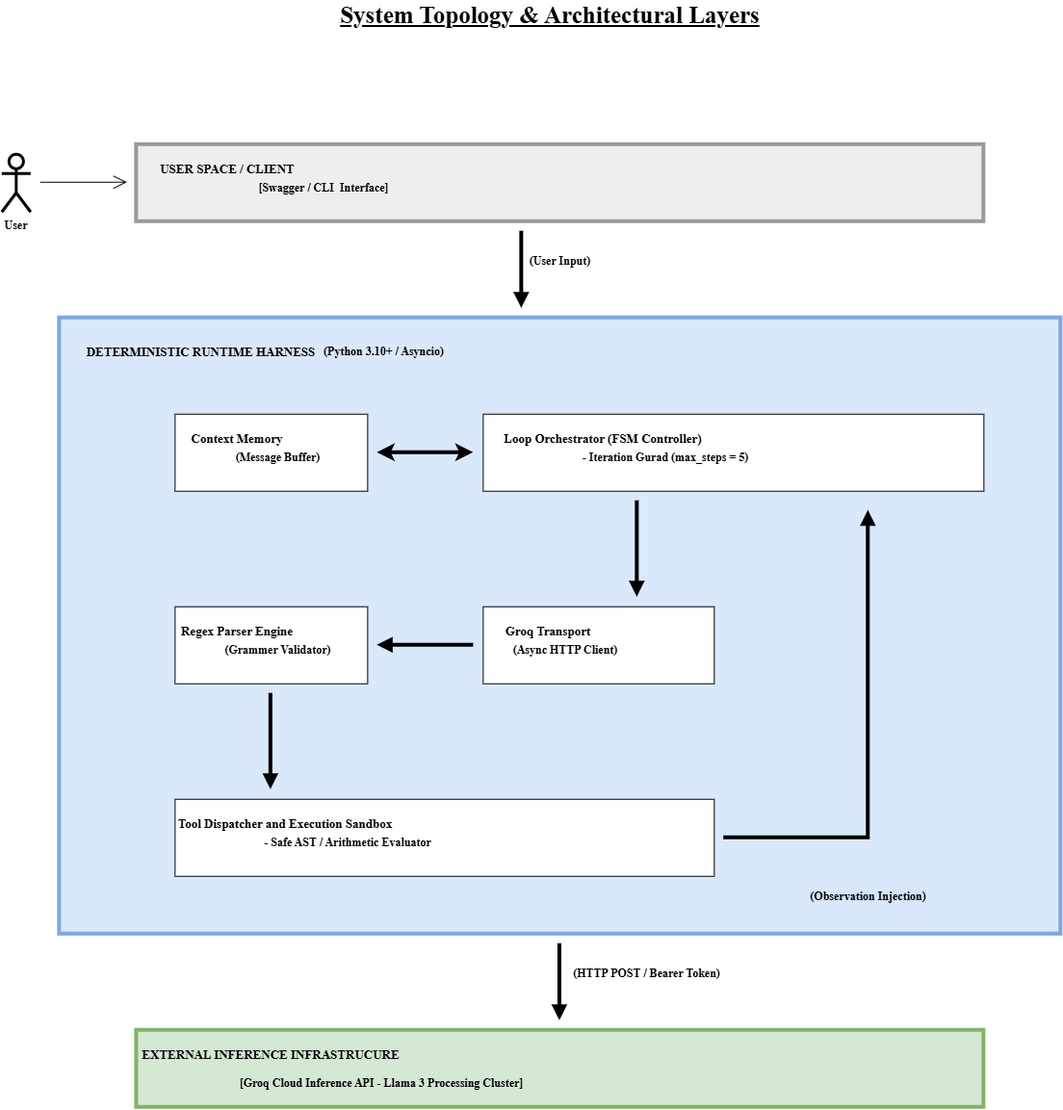
The draw.io diagram projects/P01 - Raw Python ReAct Loop/architecture/System Topology & Architectural Layers.png in RansiluRanasinghe/agentic-ai-engineering, before a commit. Source tidied: cells renumbered, new cells last; positions are measured from the earlier drawing's top-left corner, leaving out a move shared by most shapes.
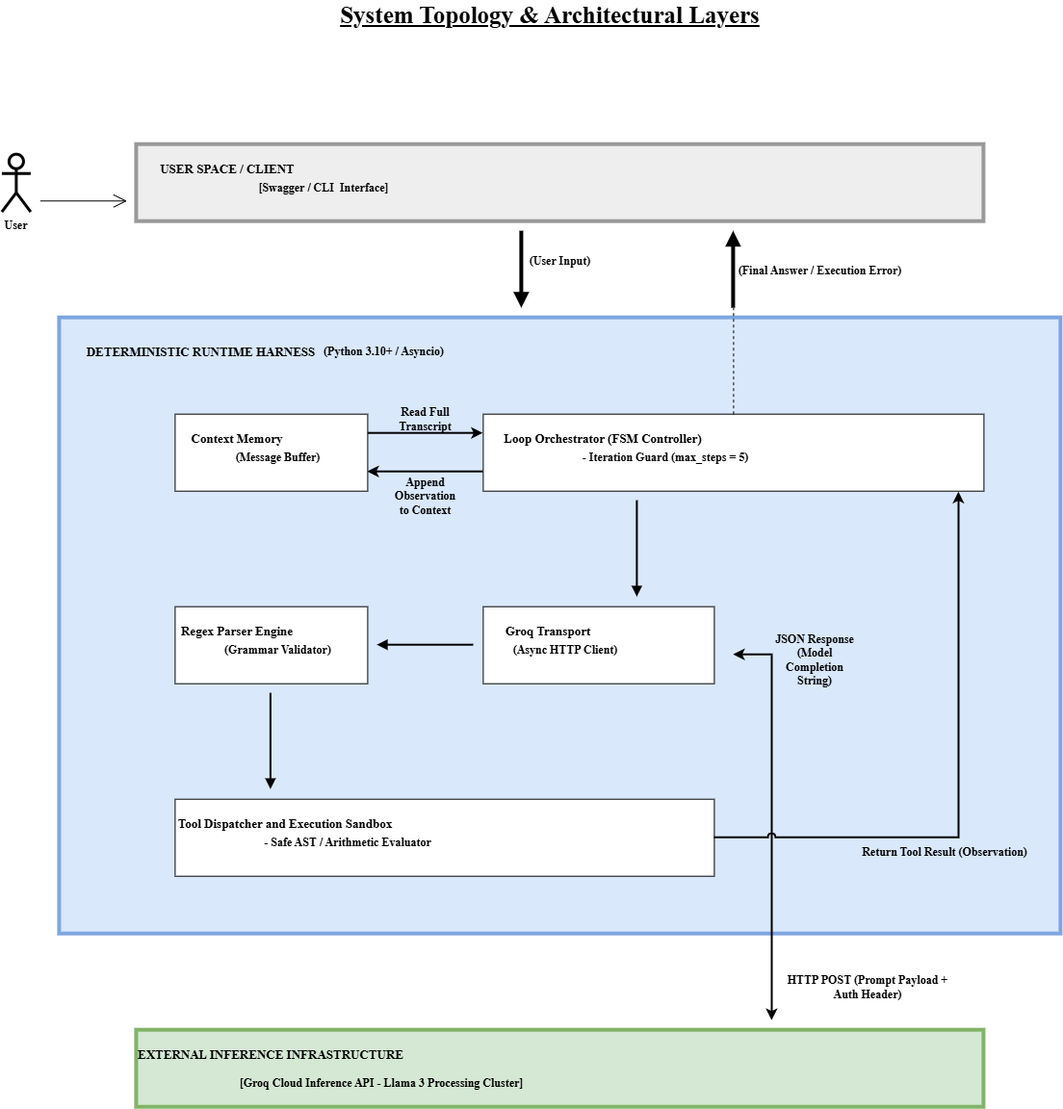
After the commit.

Commit message:
docs(p01): updated system topology and FSM architecture diagrams

Diff of the diagram source:
```diff
@@ -28,19 +28,25 @@
     </mxCell>
     <mxCell id="9" style="endArrow=open;endFill=1;endSize=12;html=1;rounded=0;" parent="1" edge="1">
       <mxGeometry relative="1" as="geometry">
-        <mxPoint x="40" y="189" as="sourcePoint" />
-        <mxPoint x="130" y="189" as="targetPoint" />
+        <mxPoint x="40" y="208.6" as="sourcePoint" />
+        <mxPoint x="130" y="208.6" as="targetPoint" />
       </mxGeometry>
     </mxCell>
+    <mxCell id="36" style="edgeStyle=orthogonalEdgeStyle;rounded=0;jettySize=auto;html=1;exitX=0;exitY=0.75;exitDx=0;exitDy=0;entryX=1;entryY=0.75;entryDx=0;entryDy=0;strokeWidth=2;" parent="1" edge="1" source="10" target="13">
+      <mxGeometry relative="1" as="geometry" />
+    </mxCell>
     <mxCell id="10" style="rounded=0;whiteSpace=wrap;html=1;" parent="1" vertex="1">
       <mxGeometry x="500" y="430" width="520" height="80" as="geometry" />
     </mxCell>
     <mxCell id="11" value="Loop Orchestrator (FSM Controller)" style="text;html=1;whiteSpace=wrap;strokeColor=none;fillColor=none;align=center;verticalAlign=middle;rounded=0;fontStyle=1;fontFamily=Times New Roman;fontSize=13;" parent="1" vertex="1">
       <mxGeometry x="510" y="440" width="230" height="30" as="geometry" />
     </mxCell>
-    <mxCell id="12" value="- Iteration Gurad (max_steps = 5)" style="text;html=1;whiteSpace=wrap;strokeColor=none;fillColor=none;align=center;verticalAlign=middle;rounded=0;fontStyle=1;fontFamily=Times New Roman;" parent="1" vertex="1">
+    <mxCell id="12" value="- Iteration Guard (max_steps = 5)" style="text;html=1;whiteSpace=wrap;strokeColor=none;fillColor=none;align=center;verticalAlign=middle;rounded=0;fontStyle=1;fontFamily=Times New Roman;" parent="1" vertex="1">
       <mxGeometry x="600" y="460" width="180" height="30" as="geometry" />
     </mxCell>
+    <mxCell id="37" style="edgeStyle=orthogonalEdgeStyle;rounded=0;jettySize=auto;html=1;exitX=1;exitY=0.25;exitDx=0;exitDy=0;entryX=0;entryY=0.25;entryDx=0;entryDy=0;strokeWidth=2;" parent="1" edge="1" source="13" target="10">
+      <mxGeometry relative="1" as="geometry" />
+    </mxCell>
     <mxCell id="13" style="rounded=0;whiteSpace=wrap;html=1;" parent="1" vertex="1">
       <mxGeometry x="180" y="430" width="200" height="80" as="geometry" />
     </mxCell>
@@ -50,12 +56,6 @@
     <mxCell id="15" value="(Message Buffer)" style="text;html=1;whiteSpace=wrap;strokeColor=none;fillColor=none;align=center;verticalAlign=middle;rounded=0;fontStyle=1;fontFamily=Times New Roman;" parent="1" vertex="1">
       <mxGeometry x="230" y="460" width="115" height="30" as="geometry" />
     </mxCell>
-    <mxCell id="16" style="endArrow=classic;startArrow=classic;html=1;rounded=0;strokeWidth=4;" parent="1" edge="1">
-      <mxGeometry relative="1" as="geometry">
-        <mxPoint x="390" y="470" as="sourcePoint" />
-        <mxPoint x="490" y="470" as="targetPoint" />
-      </mxGeometry>
-    </mxCell>
     <mxCell id="17" style="rounded=0;whiteSpace=wrap;html=1;" parent="1" vertex="1">
       <mxGeometry x="500" y="630" width="240" height="80" as="geometry" />
     </mxCell>
@@ -71,16 +71,16 @@
     <mxCell id="21" value="Regex Parser Engine" style="text;html=1;whiteSpace=wrap;strokeColor=none;fillColor=none;align=center;verticalAlign=middle;rounded=0;fontStyle=1;fontFamily=Times New Roman;fontSize=13;" parent="1" vertex="1">
       <mxGeometry x="180" y="640" width="130" height="30" as="geometry" />
     </mxCell>
-    <mxCell id="22" value="(Grammer Validator)" style="text;html=1;whiteSpace=wrap;strokeColor=none;fillColor=none;align=center;verticalAlign=middle;rounded=0;fontStyle=1;fontFamily=Times New Roman;" parent="1" vertex="1">
+    <mxCell id="22" value="(Grammar Validator)" style="text;html=1;whiteSpace=wrap;strokeColor=none;fillColor=none;align=center;verticalAlign=middle;rounded=0;fontStyle=1;fontFamily=Times New Roman;" parent="1" vertex="1">
       <mxGeometry x="230" y="660" width="115" height="30" as="geometry" />
     </mxCell>
-    <mxCell id="23" style="html=1;verticalAlign=bottom;endArrow=block;curved=0;rounded=0;strokeWidth=4;" parent="1" edge="1">
+    <mxCell id="23" style="html=1;verticalAlign=bottom;endArrow=block;curved=0;rounded=0;strokeWidth=2;" parent="1" edge="1">
       <mxGeometry y="40" relative="1" as="geometry">
         <mxPoint x="490" y="670" as="sourcePoint" />
         <mxPoint x="390" y="670" as="targetPoint" />
       </mxGeometry>
     </mxCell>
-    <mxCell id="24" style="html=1;verticalAlign=bottom;endArrow=block;curved=0;rounded=0;strokeWidth=4;" parent="1" edge="1">
+    <mxCell id="24" style="html=1;verticalAlign=bottom;endArrow=block;curved=0;rounded=0;strokeWidth=2;" parent="1" edge="1">
       <mxGeometry y="40" relative="1" as="geometry">
         <mxPoint x="660" y="520" as="sourcePoint" />
         <mxPoint x="660" y="620" as="targetPoint" />
@@ -95,41 +95,64 @@
     <mxCell id="27" value="- Safe AST / Arithmetic Evaluator" style="text;html=1;whiteSpace=wrap;strokeColor=none;fillColor=none;align=center;verticalAlign=middle;rounded=0;fontStyle=1;fontFamily=Times New Roman;" parent="1" vertex="1">
       <mxGeometry x="270" y="860" width="180" height="30" as="geometry" />
     </mxCell>
-    <mxCell id="28" style="html=1;verticalAlign=bottom;endArrow=block;curved=0;rounded=0;strokeWidth=4;" parent="1" edge="1">
+    <mxCell id="28" style="html=1;verticalAlign=bottom;endArrow=block;curved=0;rounded=0;strokeWidth=2;" parent="1" edge="1">
       <mxGeometry y="40" relative="1" as="geometry">
         <mxPoint x="279.5" y="720" as="sourcePoint" />
         <mxPoint x="279.5" y="820" as="targetPoint" />
       </mxGeometry>
     </mxCell>
-    <mxCell id="29" value="&lt;font face=&quot;Times New Roman&quot; style=&quot;font-size: 12px;&quot;&gt;&lt;b style=&quot;background-color: light-dark(rgb(213, 230, 251), rgb(237, 237, 237));&quot;&gt;(Observation Injection)&lt;/b&gt;&lt;/font&gt;" style="html=1;verticalAlign=bottom;endArrow=block;curved=0;rounded=0;strokeWidth=4;" parent="1" edge="1">
-      <mxGeometry x="-0.39" y="-70" relative="1" as="geometry">
-        <mxPoint x="750" y="870" as="sourcePoint" />
-        <mxPoint x="900" y="530" as="targetPoint" />
-        <Array as="points">
-          <mxPoint x="900" y="870" />
-        </Array>
-      </mxGeometry>
-    </mxCell>
     <mxCell id="30" style="rounded=0;whiteSpace=wrap;html=1;fillColor=#d5e8d4;strokeColor=#82b366;strokeWidth=4;" parent="1" vertex="1">
       <mxGeometry x="140" y="1070" width="880" height="80" as="geometry" />
     </mxCell>
-    <mxCell id="31" value="EXTERNAL INFERENCE INFRASTRUCURE" style="text;html=1;whiteSpace=wrap;strokeColor=none;fillColor=none;align=center;verticalAlign=middle;rounded=0;fontStyle=1;fontFamily=Times New Roman;fontSize=13;" parent="1" vertex="1">
+    <mxCell id="31" value="EXTERNAL INFERENCE INFRASTRUCTURE" style="text;html=1;whiteSpace=wrap;strokeColor=none;fillColor=none;align=center;verticalAlign=middle;rounded=0;fontStyle=1;fontFamily=Times New Roman;fontSize=13;" parent="1" vertex="1">
       <mxGeometry x="140" y="1080" width="280" height="30" as="geometry" />
     </mxCell>
     <mxCell id="32" value="[Groq Cloud Inference API - Llama 3 Processing Cluster]" style="text;html=1;whiteSpace=wrap;strokeColor=none;fillColor=none;align=center;verticalAlign=middle;rounded=0;fontStyle=1;fontFamily=Times New Roman;" parent="1" vertex="1">
       <mxGeometry x="240" y="1110" width="310" height="30" as="geometry" />
     </mxCell>
-    <mxCell id="33" value="&lt;font face=&quot;Times New Roman&quot; style=&quot;font-size: 12px;&quot;&gt;&lt;b&gt;(HTTP POST / Bearer Token)&lt;/b&gt;&lt;/font&gt;" style="html=1;verticalAlign=bottom;endArrow=block;curved=0;rounded=0;strokeWidth=4;" parent="1" edge="1">
-      <mxGeometry y="90" relative="1" as="geometry">
-        <mxPoint x="579.6" y="980" as="sourcePoint" />
-        <mxPoint x="579.6" y="1060" as="targetPoint" />
-      </mxGeometry>
-    </mxCell>
     <mxCell id="34" value="DETERMINISTIC RUNTIME HARNESS" style="text;html=1;whiteSpace=wrap;strokeColor=none;fillColor=none;align=center;verticalAlign=middle;rounded=0;fontStyle=1;fontFamily=Times New Roman;fontSize=13;" parent="1" vertex="1">
       <mxGeometry x="80" y="350" width="255" height="30" as="geometry" />
     </mxCell>
     <mxCell id="35" value="(Python 3.10+ / Asyncio)" style="text;html=1;whiteSpace=wrap;strokeColor=none;fillColor=none;align=center;verticalAlign=middle;rounded=0;fontStyle=1;fontFamily=Times New Roman;" parent="1" vertex="1">
       <mxGeometry x="330" y="350" width="135" height="30" as="geometry" />
     </mxCell>
+    <mxCell id="38" value="&lt;font face=&quot;Times New Roman&quot; style=&quot;font-size: 12px;&quot;&gt;&lt;b&gt;(Final Answer / Execution Error)&lt;/b&gt;&lt;/font&gt;" style="html=1;verticalAlign=bottom;endArrow=block;curved=0;rounded=0;strokeWidth=4;" parent="1" edge="1">
+      <mxGeometry x="-0.25" y="-90" relative="1" as="geometry">
+        <mxPoint x="760" y="320" as="sourcePoint" />
+        <mxPoint x="760" y="240" as="targetPoint" />
+      </mxGeometry>
+    </mxCell>
+    <mxCell id="39" style="endArrow=none;dashed=1;html=1;rounded=0;exitX=0.5;exitY=0;exitDx=0;exitDy=0;" parent="1" edge="1" source="10">
+      <mxGeometry relative="1" as="geometry">
+        <mxPoint x="760" y="320" as="targetPoint" />
+      </mxGeometry>
+    </mxCell>
+    <mxCell id="40" style="endArrow=classic;startArrow=classic;html=1;rounded=0;strokeWidth=2;jumpStyle=arc;" parent="1" edge="1">
+      <mxGeometry relative="1" as="geometry">
+        <mxPoint x="760" y="680" as="sourcePoint" />
+        <mxPoint x="800" y="1060" as="targetPoint" />
+        <Array as="points">
+          <mxPoint x="800" y="680" />
+        </Array>
+      </mxGeometry>
+    </mxCell>
+    <mxCell id="41" value="HTTP POST (Prompt Payload + Auth Header)" style="text;html=1;whiteSpace=wrap;strokeColor=none;fillColor=none;align=center;verticalAlign=middle;rounded=0;fontStyle=1;fontFamily=Times New Roman;" parent="1" vertex="1">
+      <mxGeometry x="810" y="1010" width="180" height="30" as="geometry" />
+    </mxCell>
+    <mxCell id="42" value="JSON Response (Model Completion String)" style="text;html=1;whiteSpace=wrap;strokeColor=none;fillColor=none;align=center;verticalAlign=middle;rounded=0;fontStyle=1;fontFamily=Times New Roman;" parent="1" vertex="1">
+      <mxGeometry x="800" y="670" width="90" height="30" as="geometry" />
+    </mxCell>
+    <mxCell id="43" style="edgeStyle=orthogonalEdgeStyle;rounded=0;jettySize=auto;html=1;exitX=1;exitY=0.5;exitDx=0;exitDy=0;entryX=0.95;entryY=1.013;entryDx=0;entryDy=0;entryPerimeter=0;jumpStyle=arc;strokeWidth=2;" parent="1" edge="1" source="25" target="10">
+      <mxGeometry relative="1" as="geometry" />
+    </mxCell>
+    <mxCell id="44" value="Return Tool Result (Observation)" style="text;html=1;whiteSpace=wrap;strokeColor=none;fillColor=none;align=center;verticalAlign=middle;rounded=0;fontStyle=1;fontFamily=Times New Roman;" parent="1" vertex="1">
+      <mxGeometry x="890" y="870" width="180" height="30" as="geometry" />
+    </mxCell>
+    <mxCell id="45" value="Append Observation to Context" style="text;html=1;whiteSpace=wrap;strokeColor=none;fillColor=none;align=center;verticalAlign=middle;rounded=0;fontStyle=1;fontFamily=Times New Roman;" parent="1" vertex="1">
+      <mxGeometry x="408" y="500" width="65" height="30" as="geometry" />
+    </mxCell>
+    <mxCell id="46" value="Read Full Transcript" style="text;html=1;whiteSpace=wrap;strokeColor=none;fillColor=none;align=center;verticalAlign=middle;rounded=0;fontStyle=1;fontFamily=Times New Roman;" parent="1" vertex="1">
+      <mxGeometry x="408" y="420" width="65" height="30" as="geometry" />
+    </mxCell>
   </root>
 </mxGraphModel>
```
